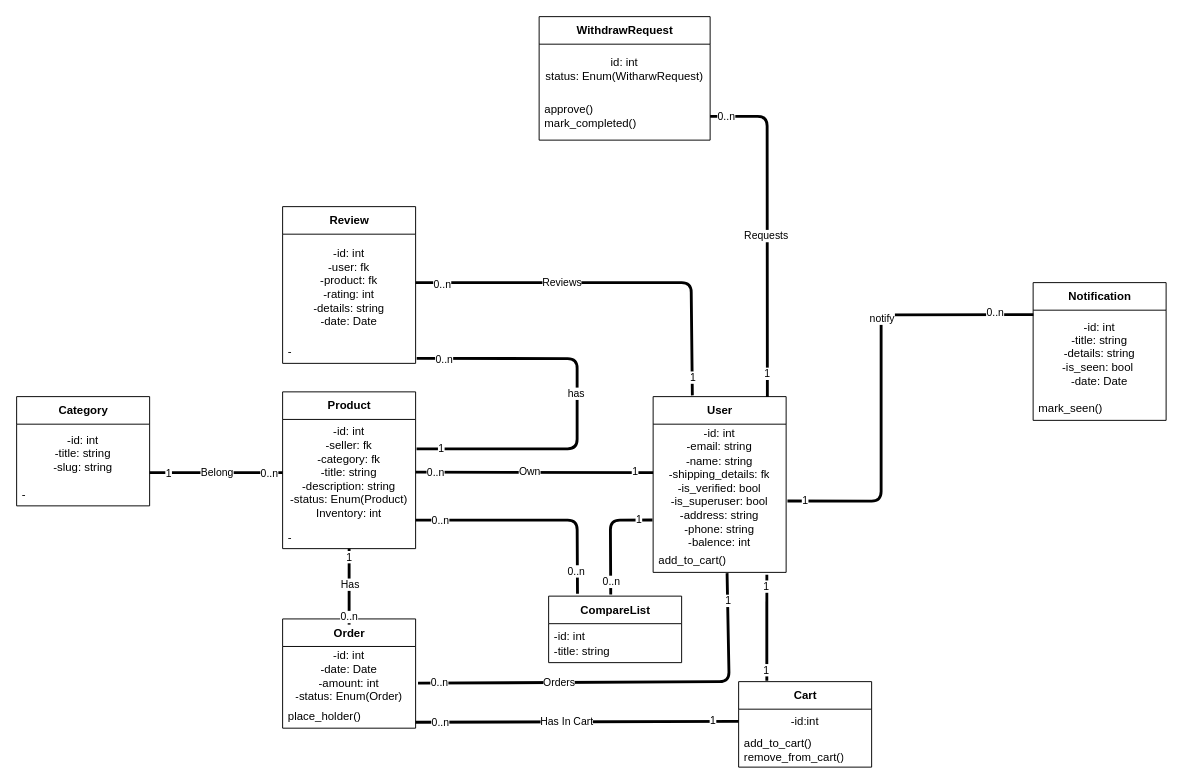
Before: uml/classDiagram.drawio in zinoubm/Marketly, a draw.io diagram. Source tidied: cells renumbered, new cells numbered last; positions are measured from the earlier drawing's top-left corner, leaving out a move shared by most shapes. Both pictures are drawn from the tidied source at 95%, with x=0, y=0 at pixel (16, 16).
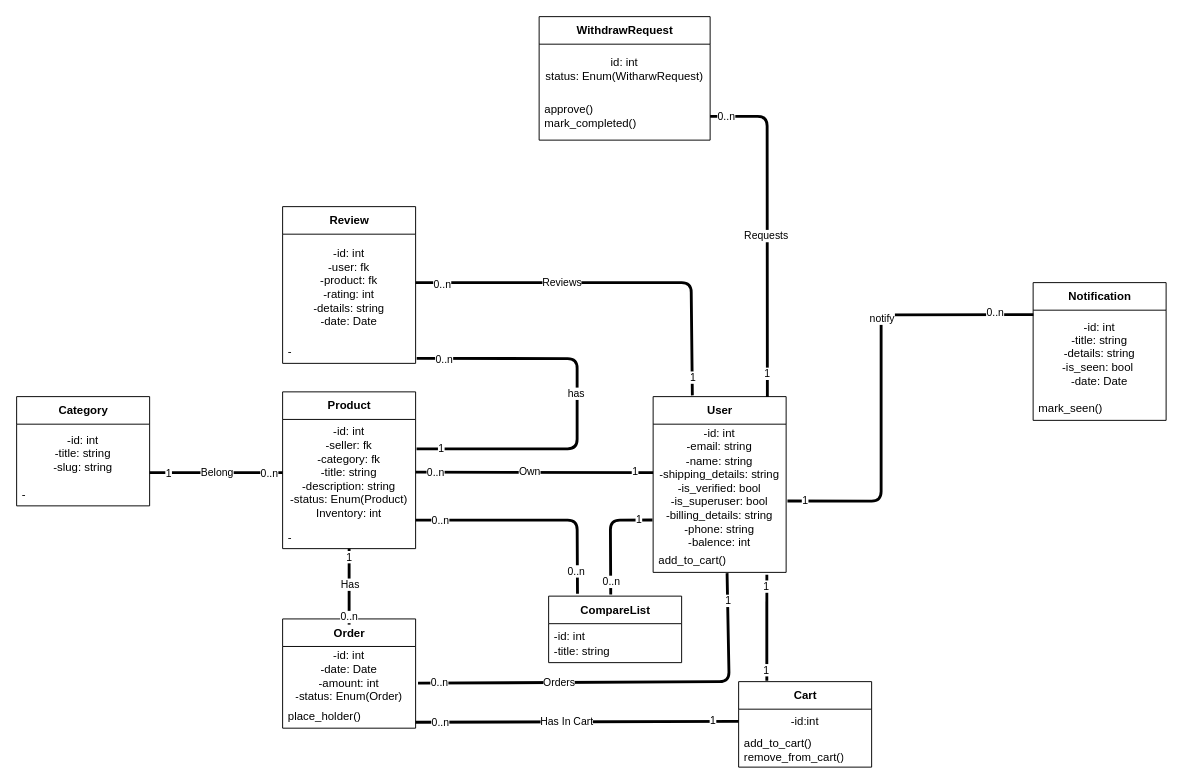
The same page after the edit.

The change refers to these unchanged cells:
```xml
<mxCell id="2" value="User" style="swimlane;fontStyle=1;align=center;verticalAlign=middle;horizontal=1;startSize=29;html=1;" parent="1" vertex="1">
  <mxGeometry x="670" y="400" width="140" height="185" as="geometry" />
</mxCell>
```

Change to the diagram source:
```diff
@@
-    <mxCell id="3" value="-id: int&lt;br&gt;-email: string&lt;br&gt;-name: string&lt;br&gt;-shipping_details: fk&lt;br&gt;-is_verified: bool&lt;br&gt;-is_superuser: bool&lt;br&gt;-address: string&lt;br&gt;-phone: string&lt;br&gt;-balence: int" style="text;html=1;strokeColor=none;fillColor=none;align=center;verticalAlign=middle;spacingLeft=4;spacingRight=4;overflow=hidden;points=[[0,0.5],[1,0.5]];portConstraint=eastwest;" parent="2" vertex="1">
+    <mxCell id="3" value="-id: int&lt;br&gt;-email: string&lt;br&gt;-name: string&lt;br&gt;-shipping_details: string&lt;br&gt;-is_verified: bool&lt;br&gt;-is_superuser: bool&lt;br&gt;-billing_details: string&lt;br&gt;-phone: string&lt;br&gt;-balence: int" style="text;html=1;strokeColor=none;fillColor=none;align=center;verticalAlign=middle;spacingLeft=4;spacingRight=4;overflow=hidden;points=[[0,0.5],[1,0.5]];portConstraint=eastwest;" parent="2" vertex="1">
       <mxGeometry y="29" width="140" height="131" as="geometry" />
     </mxCell>
```
